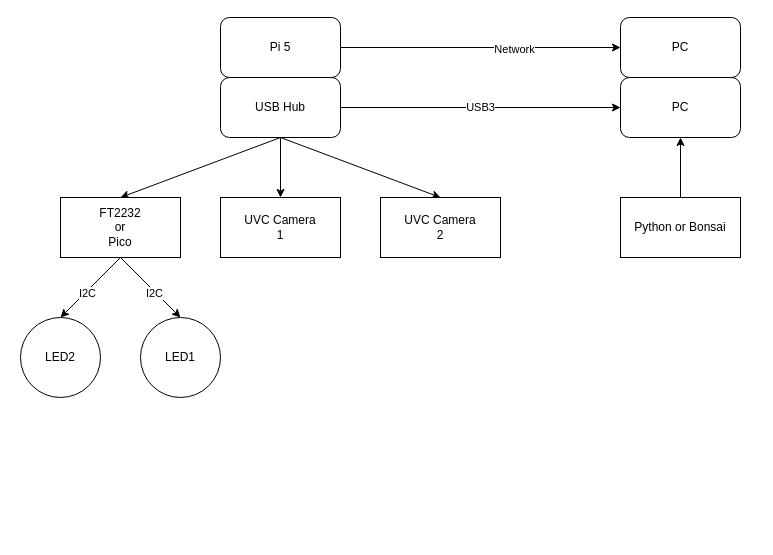
Earlier version of the draw.io diagram docs/diagrams/2026/Fiber_Photometry02.dio (tzechienchu/mynotes). Source tidied: cells renumbered, new cells numbered last; positions are measured from the earlier drawing's top-left corner, leaving out a move shared by most shapes. Both pictures are drawn from the tidied source at 100%, with x=0, y=0 at pixel (20, 17).
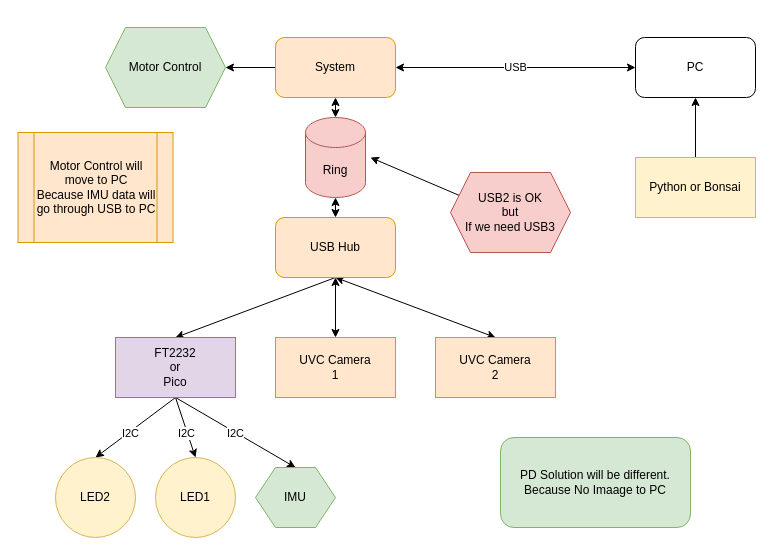
The same page after the edit.

The edit, as a diff of the source:
```diff
@@
-<mxGraphModel>
+<mxGraphModel background="#ffffff">
@@
-    <mxCell id="3" style="edgeStyle=none;html=1;exitX=0.5;exitY=1;exitDx=0;exitDy=0;entryX=0.5;entryY=0;entryDx=0;entryDy=0;" parent="1" edge="1" source="6" target="12">
+    <mxCell id="3" style="edgeStyle=none;html=1;exitX=0.5;exitY=1;exitDx=0;exitDy=0;entryX=0.5;entryY=0;entryDx=0;entryDy=0;startArrow=classic;startFill=1;" parent="1" edge="1" source="6" target="12">
       <mxGeometry relative="1" as="geometry" />
     </mxCell>
-    <mxCell id="4" style="edgeStyle=none;html=1;exitX=0.5;exitY=1;exitDx=0;exitDy=0;entryX=0.5;entryY=0;entryDx=0;entryDy=0;" parent="1" edge="1" source="6" target="13">
+    <mxCell id="4" style="edgeStyle=none;html=1;exitX=0.5;exitY=1;exitDx=0;exitDy=0;entryX=0.5;entryY=0;entryDx=0;entryDy=0;startArrow=classic;startFill=1;" parent="1" edge="1" source="6" target="13">
       <mxGeometry relative="1" as="geometry" />
     </mxCell>
-    <mxCell id="5" value="USB3" style="edgeStyle=none;html=1;exitX=1;exitY=0.5;exitDx=0;exitDy=0;entryX=0;entryY=0.5;entryDx=0;entryDy=0;" parent="1" edge="1" source="6" target="16">
-      <mxGeometry relative="1" as="geometry" />
-    </mxCell>
-    <mxCell id="6" value="USB Hub" style="rounded=1;whiteSpace=wrap;html=1;" parent="1" vertex="1">
-      <mxGeometry x="200" y="60" width="120" height="60" as="geometry" />
+    <mxCell id="6" value="USB Hub" style="rounded=1;whiteSpace=wrap;html=1;fillColor=#ffe6cc;strokeColor=#d79b00;" parent="1" vertex="1">
+      <mxGeometry x="255" y="200" width="120" height="60" as="geometry" />
     </mxCell>
@@
+    <mxCell id="23" style="edgeStyle=none;html=1;exitX=0.5;exitY=1;exitDx=0;exitDy=0;entryX=0.5;entryY=0;entryDx=0;entryDy=0;" parent="1" edge="1" source="11" target="31">
+      <mxGeometry relative="1" as="geometry" />
+    </mxCell>
+    <mxCell id="24" value="I2C" style="edgeLabel;html=1;align=center;verticalAlign=middle;" parent="23" vertex="1">
+      <mxGeometry x="-0.01" y="-1" relative="1" as="geometry" />
+    </mxCell>
-    <mxCell id="11" value="FT2232&lt;div&gt;or&lt;/div&gt;&lt;div&gt;Pico&lt;/div&gt;" style="rounded=0;whiteSpace=wrap;html=1;" parent="1" vertex="1">
-      <mxGeometry x="40" y="180" width="120" height="60" as="geometry" />
+    <mxCell id="11" value="FT2232&lt;div&gt;or&lt;/div&gt;&lt;div&gt;Pico&lt;/div&gt;" style="rounded=0;whiteSpace=wrap;html=1;fillColor=#e1d5e7;strokeColor=#9673a6;" parent="1" vertex="1">
+      <mxGeometry x="95" y="320" width="120" height="60" as="geometry" />
     </mxCell>
-    <mxCell id="12" value="UVC Camera&lt;div&gt;1&lt;/div&gt;" style="rounded=0;whiteSpace=wrap;html=1;" parent="1" vertex="1">
-      <mxGeometry x="200" y="180" width="120" height="60" as="geometry" />
+    <mxCell id="12" value="UVC Camera&lt;div&gt;1&lt;/div&gt;" style="rounded=0;whiteSpace=wrap;html=1;fillColor=#ffe6cc;strokeColor=#d79b00;" parent="1" vertex="1">
+      <mxGeometry x="255" y="320" width="120" height="60" as="geometry" />
     </mxCell>
-    <mxCell id="13" value="UVC Camera&lt;div&gt;2&lt;/div&gt;" style="rounded=0;whiteSpace=wrap;html=1;" parent="1" vertex="1">
-      <mxGeometry x="360" y="180" width="120" height="60" as="geometry" />
+    <mxCell id="13" value="UVC Camera&lt;div&gt;2&lt;/div&gt;" style="rounded=0;whiteSpace=wrap;html=1;fillColor=#ffe6cc;strokeColor=#d79b00;" parent="1" vertex="1">
+      <mxGeometry x="415" y="320" width="120" height="60" as="geometry" />
     </mxCell>
-    <mxCell id="14" value="LED1" style="ellipse;whiteSpace=wrap;html=1;" parent="1" vertex="1">
-      <mxGeometry x="120" y="300" width="80" height="80" as="geometry" />
+    <mxCell id="14" value="LED1" style="ellipse;whiteSpace=wrap;html=1;fillColor=#fff2cc;strokeColor=#d6b656;" parent="1" vertex="1">
+      <mxGeometry x="135" y="440" width="80" height="80" as="geometry" />
     </mxCell>
-    <mxCell id="15" value="LED2" style="ellipse;whiteSpace=wrap;html=1;" parent="1" vertex="1">
-      <mxGeometry y="300" width="80" height="80" as="geometry" />
+    <mxCell id="15" value="LED2" style="ellipse;whiteSpace=wrap;html=1;fillColor=#fff2cc;strokeColor=#d6b656;" parent="1" vertex="1">
+      <mxGeometry x="35" y="440" width="80" height="80" as="geometry" />
     </mxCell>
     <mxCell id="16" value="PC" style="rounded=1;whiteSpace=wrap;html=1;" parent="1" vertex="1">
-      <mxGeometry x="600" y="60" width="120" height="60" as="geometry" />
+      <mxGeometry x="615" y="20" width="120" height="60" as="geometry" />
     </mxCell>
@@
-    <mxCell id="18" value="Python or Bonsai" style="rounded=0;whiteSpace=wrap;html=1;" parent="1" vertex="1">
-      <mxGeometry x="600" y="180" width="120" height="60" as="geometry" />
+    <mxCell id="18" value="Python or Bonsai" style="rounded=0;whiteSpace=wrap;html=1;fillColor=#fff2cc;strokeColor=#d6b656;" parent="1" vertex="1">
+      <mxGeometry x="615" y="140" width="120" height="60" as="geometry" />
     </mxCell>
-    <mxCell id="19" style="edgeStyle=none;html=1;exitX=1;exitY=0.5;exitDx=0;exitDy=0;" parent="1" edge="1" source="21">
-      <mxGeometry relative="1" as="geometry">
-        <mxPoint x="600" y="30" as="targetPoint" />
-      </mxGeometry>
-    </mxCell>
-    <mxCell id="20" value="Network" style="edgeLabel;html=1;align=center;verticalAlign=middle;" parent="19" vertex="1">
-      <mxGeometry x="0.24" y="-1" relative="1" as="geometry">
-        <mxPoint x="-1" as="offset" />
-      </mxGeometry>
-    </mxCell>
-    <mxCell id="21" value="Pi 5" style="rounded=1;whiteSpace=wrap;html=1;" parent="1" vertex="1">
-      <mxGeometry x="200" width="120" height="60" as="geometry" />
-    </mxCell>
-    <mxCell id="22" value="PC" style="rounded=1;whiteSpace=wrap;html=1;" parent="1" vertex="1">
-      <mxGeometry x="600" width="120" height="60" as="geometry" />
-    </mxCell>
+    <mxCell id="25" style="edgeStyle=none;html=1;exitX=0.5;exitY=1;exitDx=0;exitDy=0;exitPerimeter=0;entryX=0.5;entryY=0;entryDx=0;entryDy=0;startArrow=classic;startFill=1;" parent="1" edge="1" source="26" target="6">
+      <mxGeometry relative="1" as="geometry" />
+    </mxCell>
+    <mxCell id="26" value="Ring" style="shape=cylinder3;whiteSpace=wrap;html=1;boundedLbl=1;backgroundOutline=1;size=15;fillColor=#f8cecc;strokeColor=#b85450;" parent="1" vertex="1">
+      <mxGeometry x="285" y="100" width="60" height="80" as="geometry" />
+    </mxCell>
+    <mxCell id="27" value="USB" style="edgeStyle=none;html=1;exitX=1;exitY=0.5;exitDx=0;exitDy=0;entryX=0;entryY=0.5;entryDx=0;entryDy=0;startArrow=classic;startFill=1;" parent="1" edge="1" source="29" target="16">
+      <mxGeometry relative="1" as="geometry" />
+    </mxCell>
+    <mxCell id="28" style="edgeStyle=none;html=1;exitX=0;exitY=0.5;exitDx=0;exitDy=0;entryX=1;entryY=0.5;entryDx=0;entryDy=0;" parent="1" edge="1" source="29" target="32">
+      <mxGeometry relative="1" as="geometry" />
+    </mxCell>
+    <mxCell id="29" value="System" style="rounded=1;whiteSpace=wrap;html=1;fillColor=#ffe6cc;strokeColor=#d79b00;" parent="1" vertex="1">
+      <mxGeometry x="255" y="20" width="120" height="60" as="geometry" />
+    </mxCell>
+    <mxCell id="30" style="edgeStyle=none;html=1;exitX=0.5;exitY=1;exitDx=0;exitDy=0;entryX=0.5;entryY=0;entryDx=0;entryDy=0;entryPerimeter=0;startArrow=classic;startFill=1;" parent="1" edge="1" source="29" target="26">
+      <mxGeometry relative="1" as="geometry" />
+    </mxCell>
+    <mxCell id="31" value="IMU" style="shape=hexagon;perimeter=hexagonPerimeter2;whiteSpace=wrap;html=1;fixedSize=1;fillColor=#d5e8d4;strokeColor=#82b366;" parent="1" vertex="1">
+      <mxGeometry x="235" y="450" width="80" height="60" as="geometry" />
+    </mxCell>
+    <mxCell id="32" value="Motor Control" style="shape=hexagon;perimeter=hexagonPerimeter2;whiteSpace=wrap;html=1;fixedSize=1;fillColor=#d5e8d4;strokeColor=#82b366;" parent="1" vertex="1">
+      <mxGeometry x="85" y="10" width="120" height="80" as="geometry" />
+    </mxCell>
+    <mxCell id="33" value="Motor Control will move to PC&lt;div&gt;Because IMU data will go through USB to PC&lt;/div&gt;" style="shape=process;whiteSpace=wrap;html=1;backgroundOutline=1;fillColor=#ffe6cc;strokeColor=#d79b00;" parent="1" vertex="1">
+      <mxGeometry x="-2.5" y="115" width="155" height="110" as="geometry" />
+    </mxCell>
+    <mxCell id="34" style="edgeStyle=none;html=1;exitX=0;exitY=0.25;exitDx=0;exitDy=0;" parent="1" edge="1" source="35">
+      <mxGeometry relative="1" as="geometry">
+        <mxPoint x="350" y="140" as="targetPoint" />
+      </mxGeometry>
+    </mxCell>
+    <mxCell id="35" value="USB2 is OK&lt;div&gt;but&lt;/div&gt;&lt;div&gt;If we need USB3&lt;/div&gt;" style="shape=hexagon;perimeter=hexagonPerimeter2;whiteSpace=wrap;html=1;fixedSize=1;fillColor=#f8cecc;strokeColor=#b85450;" parent="1" vertex="1">
+      <mxGeometry x="430" y="155" width="120" height="80" as="geometry" />
+    </mxCell>
+    <mxCell id="36" value="PD Solution will be different.&lt;div&gt;Because No Imaage to PC&lt;/div&gt;" style="rounded=1;whiteSpace=wrap;html=1;fillColor=#d5e8d4;strokeColor=#82b366;" parent="1" vertex="1">
+      <mxGeometry x="480" y="420" width="190" height="90" as="geometry" />
+    </mxCell>
```
